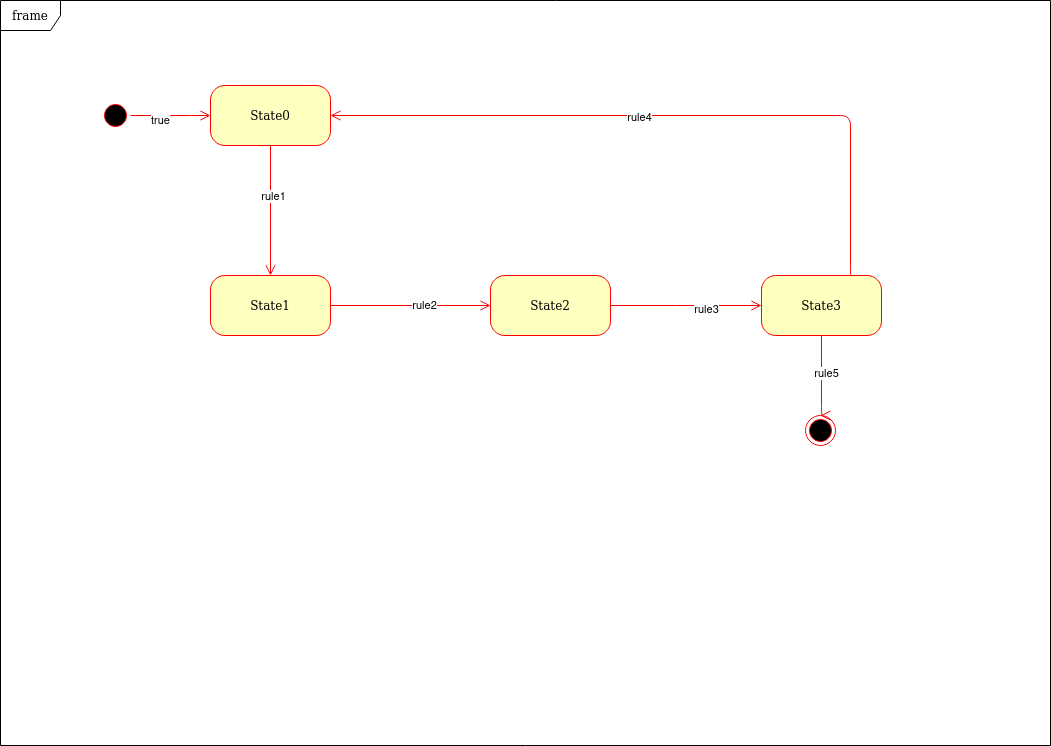
igor-suhorukov/state_machine_example keeps this draw.io diagram as src/test/resources/Untitled Diagram.drawio.png. Above is the earlier version. Source tidied: cells renumbered, new cells last; positions are measured from the earlier drawing's top-left corner, leaving out a move shared by most shapes.
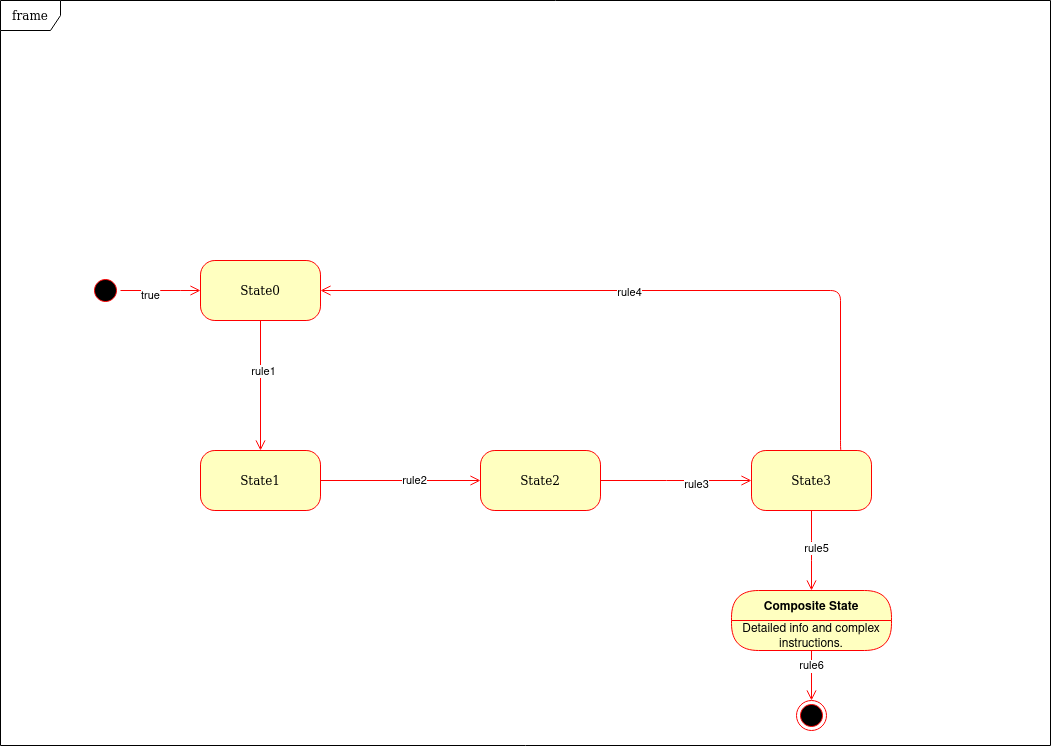
Above is the later version.

Commit message:
Update DrawIo diagram PNG rendering

What changed in the source:
```diff
@@ -3,7 +3,7 @@
     <mxCell id="0" />
     <mxCell id="1" parent="0" />
     <mxCell id="2" value="frame" style="shape=umlFrame;whiteSpace=wrap;html=1;rounded=1;shadow=0;comic=0;labelBackgroundColor=none;strokeWidth=1;fontFamily=Verdana;fontSize=12;align=center;" parent="1" vertex="1">
-      <mxGeometry width="1050" height="745" as="geometry" />
+      <mxGeometry x="10" y="-175" width="1050" height="745" as="geometry" />
     </mxCell>
     <mxCell id="3" style="ellipse;html=1;shape=startState;fillColor=#000000;strokeColor=#ff0000;rounded=1;shadow=0;comic=0;labelBackgroundColor=none;fontFamily=Verdana;fontSize=12;fontColor=#000000;align=center;direction=south;" parent="1" vertex="1">
       <mxGeometry x="100" y="100" width="30" height="30" as="geometry" />
@@ -60,13 +60,22 @@
       <mxGeometry x="0.16" y="1" relative="1" as="geometry" />
     </mxCell>
     <mxCell id="18" style="ellipse;html=1;shape=endState;fillColor=#000000;strokeColor=#ff0000;" parent="1" vertex="1">
-      <mxGeometry x="805" y="415" width="30" height="30" as="geometry" />
+      <mxGeometry x="806" y="525" width="30" height="30" as="geometry" />
     </mxCell>
-    <mxCell id="19" style="edgeStyle=elbowEdgeStyle;html=1;exitX=0.5;exitY=1;entryX=0.5;entryY=0;labelBackgroundColor=none;endArrow=open;endSize=8;strokeColor=#ff0000;fontFamily=Verdana;fontSize=12;align=left;exitDx=0;exitDy=0;entryDx=0;entryDy=0;" parent="1" edge="1" source="10" target="18">
+    <mxCell id="19" style="edgeStyle=elbowEdgeStyle;html=1;exitX=0.5;exitY=1;labelBackgroundColor=none;endArrow=open;endSize=8;strokeColor=#ff0000;fontFamily=Verdana;fontSize=12;align=left;exitDx=0;exitDy=0;entryX=0.5;entryY=0;entryDx=0;entryDy=0;" parent="1" edge="1" source="10" target="21">
       <mxGeometry relative="1" as="geometry" />
     </mxCell>
     <mxCell id="20" value="rule5" style="edgeLabel;html=1;align=center;verticalAlign=middle;" parent="19" vertex="1">
       <mxGeometry x="-0.09" y="4" relative="1" as="geometry" />
     </mxCell>
+    <mxCell id="21" value="Composite State" style="swimlane;fontStyle=1;align=center;verticalAlign=middle;horizontal=1;startSize=30;fontColor=#000000;rounded=1;arcSize=30;strokeColor=#ff0000;fillColor=#ffffc0;swimlaneFillColor=#ffffc0;" parent="1" vertex="1">
+      <mxGeometry x="741" y="415" width="160" height="60" as="geometry" />
+    </mxCell>
+    <mxCell id="22" value="Detailed info and complex instructions." style="text;html=1;strokeColor=none;fillColor=none;align=center;verticalAlign=middle;spacingLeft=4;spacingRight=4;whiteSpace=wrap;overflow=hidden;fontColor=#000000;" parent="21" vertex="1">
+      <mxGeometry y="30" width="160" height="30" as="geometry" />
+    </mxCell>
+    <mxCell id="23" value="rule6" style="edgeStyle=orthogonalEdgeStyle;html=1;verticalAlign=bottom;endArrow=open;endSize=8;strokeColor=#ff0000;rounded=0;entryX=0.5;entryY=0;entryDx=0;entryDy=0;" parent="1" edge="1" source="21" target="18">
+      <mxGeometry relative="1" as="geometry" />
+    </mxCell>
   </root>
 </mxGraphModel>
```
